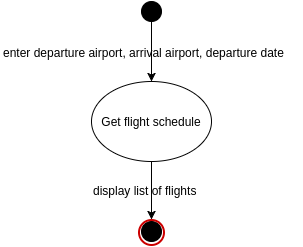
This is res/StateDiagram.png from nmcristian/DesignBasedContracts, a draw.io export, as it was before one commit. Source tidied: cells renumbered, new cells last; positions are measured from the earlier drawing's top-left corner, leaving out a move shared by most shapes. The source it was exported from:
```xml
<mxGraphModel background="#ffffff">
  <root>
    <mxCell id="0" />
    <mxCell id="1" parent="0" />
    <mxCell id="2" style="ellipse;whiteSpace=wrap;html=1;fillColor=#000000;align=left;" parent="1" vertex="1">
      <mxGeometry x="140" width="20" height="20" as="geometry" />
    </mxCell>
    <mxCell id="3" value="&lt;div style=&quot;text-align: center&quot;&gt;&lt;span&gt;Get flight schedule&lt;/span&gt;&lt;/div&gt;" style="ellipse;whiteSpace=wrap;html=1;fillColor=#FFFFFF;align=center;" parent="1" vertex="1">
      <mxGeometry x="90" y="80" width="120" height="80" as="geometry" />
    </mxCell>
    <mxCell id="4" style="endArrow=classic;html=1;exitX=0.5;exitY=1;entryX=0.5;entryY=0;" parent="1" edge="1" source="2" target="3">
      <mxGeometry relative="1" as="geometry" />
    </mxCell>
    <mxCell id="5" value="enter departure airport, arrival airport, departure date" style="text;html=1;align=left;verticalAlign=top;spacingTop=-4;" parent="1" vertex="1">
      <mxGeometry y="42" width="300" height="20" as="geometry" />
    </mxCell>
    <mxCell id="6" style="endArrow=classic;html=1;exitX=0.5;exitY=1;entryX=0.5;entryY=0;" parent="1" edge="1" source="3" target="8">
      <mxGeometry relative="1" as="geometry" />
    </mxCell>
    <mxCell id="7" style="ellipse;whiteSpace=wrap;html=1;fillColor=#000000;align=left;" parent="1" vertex="1">
      <mxGeometry x="140" y="220" width="20" height="20" as="geometry" />
    </mxCell>
    <mxCell id="8" style="ellipse;whiteSpace=wrap;html=1;fillColor=none;align=center;strokeColor=#CC0000;strokeWidth=2;" parent="1" vertex="1">
      <mxGeometry x="137" y="218" width="25" height="25" as="geometry" />
    </mxCell>
    <mxCell id="9" value="display list of flights" style="text;html=1;align=left;verticalAlign=top;spacingTop=-4;" parent="1" vertex="1">
      <mxGeometry x="90" y="180" width="120" height="20" as="geometry" />
    </mxCell>
  </root>
</mxGraphModel>
```
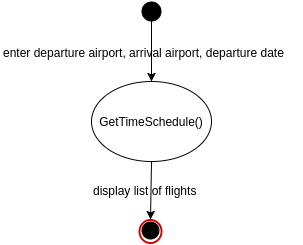
After the change.

Commit message:
modified state diagram

The edit, as a diff of the source:
```diff
@@ -3,9 +3,9 @@
     <mxCell id="0" />
     <mxCell id="1" parent="0" />
     <mxCell id="2" style="ellipse;whiteSpace=wrap;html=1;fillColor=#000000;align=left;" parent="1" vertex="1">
-      <mxGeometry x="140" width="20" height="20" as="geometry" />
+      <mxGeometry x="140" width="19" height="19" as="geometry" />
     </mxCell>
-    <mxCell id="3" value="&lt;div style=&quot;text-align: center&quot;&gt;&lt;span&gt;Get flight schedule&lt;/span&gt;&lt;/div&gt;" style="ellipse;whiteSpace=wrap;html=1;fillColor=#FFFFFF;align=center;" parent="1" vertex="1">
+    <mxCell id="3" value="&lt;div style=&quot;text-align: center&quot;&gt;&lt;span&gt;GetTimeSchedule()&lt;/span&gt;&lt;/div&gt;" style="ellipse;whiteSpace=wrap;html=1;fillColor=#FFFFFF;align=center;" parent="1" vertex="1">
       <mxGeometry x="90" y="80" width="120" height="80" as="geometry" />
     </mxCell>
     <mxCell id="4" style="endArrow=classic;html=1;exitX=0.5;exitY=1;entryX=0.5;entryY=0;" parent="1" edge="1" source="2" target="3">
@@ -18,10 +18,10 @@
       <mxGeometry relative="1" as="geometry" />
     </mxCell>
     <mxCell id="7" style="ellipse;whiteSpace=wrap;html=1;fillColor=#000000;align=left;" parent="1" vertex="1">
-      <mxGeometry x="140" y="220" width="20" height="20" as="geometry" />
+      <mxGeometry x="140" y="220" width="17" height="17" as="geometry" />
     </mxCell>
     <mxCell id="8" style="ellipse;whiteSpace=wrap;html=1;fillColor=none;align=center;strokeColor=#CC0000;strokeWidth=2;" parent="1" vertex="1">
-      <mxGeometry x="137" y="218" width="25" height="25" as="geometry" />
+      <mxGeometry x="138" y="218" width="22" height="23" as="geometry" />
     </mxCell>
     <mxCell id="9" value="display list of flights" style="text;html=1;align=left;verticalAlign=top;spacingTop=-4;" parent="1" vertex="1">
       <mxGeometry x="90" y="180" width="120" height="20" as="geometry" />
```
